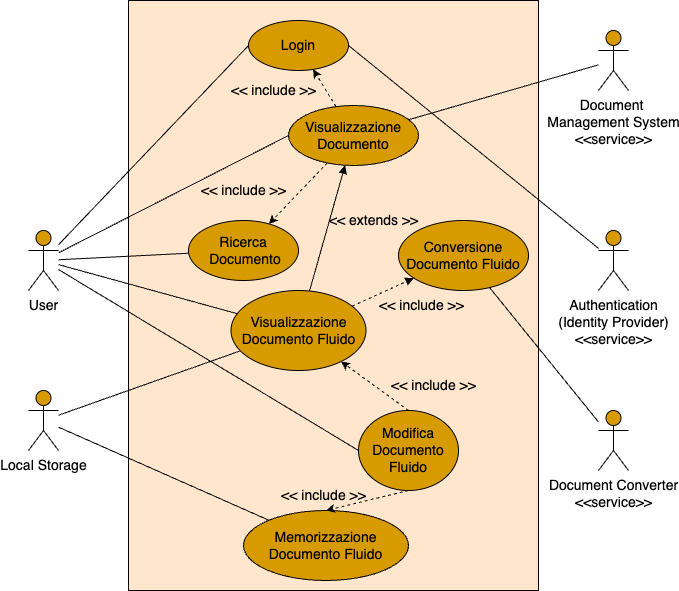
Earlier version of the draw.io export img/tesi-1-Use-case.drawio.png (paganellif/tesi-paganelli). Source tidied: cells renumbered, new cells last; positions are measured from the earlier drawing's top-left corner, leaving out a move shared by most shapes.
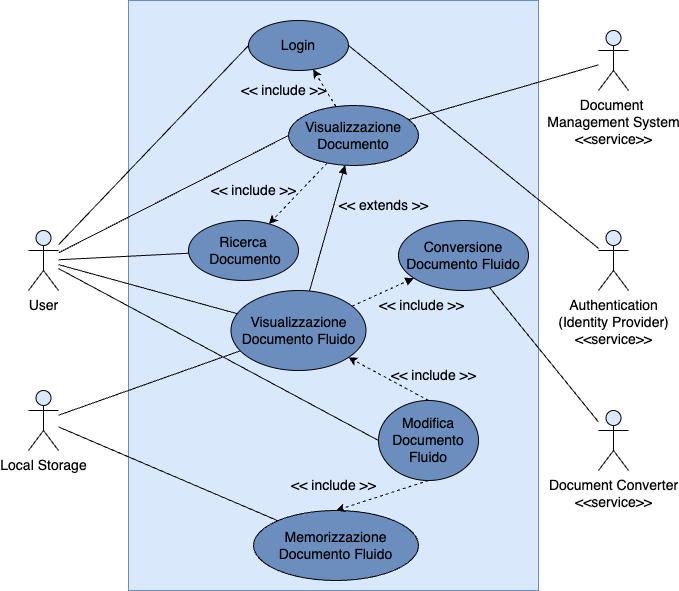
The same diagram one commit later.

Change to the diagram source:
```diff
@@ -2,110 +2,110 @@
   <root>
     <mxCell id="0" />
     <mxCell id="1" parent="0" />
-    <mxCell id="2" style="rounded=0;whiteSpace=wrap;html=1;fillColor=#ffe6cc;strokeColor=#000000;fontSize=14;" parent="1" vertex="1">
+    <mxCell id="2" style="rounded=0;whiteSpace=wrap;html=1;fillColor=#dae8fc;strokeColor=#6c8ebf;fontSize=14;" parent="1" vertex="1">
       <mxGeometry x="100" width="410" height="590" as="geometry" />
     </mxCell>
-    <mxCell id="3" style="rounded=0;jettySize=auto;html=1;entryX=0;entryY=0.5;entryDx=0;entryDy=0;endArrow=none;endFill=0;fontSize=14;" parent="1" edge="1" source="6" target="8">
+    <mxCell id="3" style="rounded=0;jettySize=auto;html=1;entryX=0;entryY=0.5;entryDx=0;entryDy=0;endArrow=none;endFill=0;fontSize=14;fillColor=#dae8fc;strokeColor=#000000;" parent="1" edge="1" source="6" target="8">
       <mxGeometry relative="1" as="geometry" />
     </mxCell>
-    <mxCell id="4" style="edgeStyle=none;rounded=0;jettySize=auto;html=1;endArrow=none;endFill=0;fontSize=14;" parent="1" edge="1" source="6" target="10">
+    <mxCell id="4" style="edgeStyle=none;rounded=0;jettySize=auto;html=1;endArrow=none;endFill=0;fontSize=14;fillColor=#dae8fc;strokeColor=#000000;" parent="1" edge="1" source="6" target="10">
       <mxGeometry relative="1" as="geometry" />
     </mxCell>
-    <mxCell id="5" style="edgeStyle=none;rounded=0;jettySize=auto;html=1;endArrow=none;endFill=0;entryX=0;entryY=0.5;entryDx=0;entryDy=0;fontSize=14;" parent="1" edge="1" source="6" target="16">
+    <mxCell id="5" style="edgeStyle=none;rounded=0;jettySize=auto;html=1;endArrow=none;endFill=0;entryX=0;entryY=0.5;entryDx=0;entryDy=0;fontSize=14;fillColor=#dae8fc;strokeColor=#000000;" parent="1" edge="1" source="6" target="16">
       <mxGeometry relative="1" as="geometry" />
     </mxCell>
-    <mxCell id="6" value="User" style="shape=umlActor;verticalLabelPosition=bottom;verticalAlign=top;html=1;outlineConnect=0;fillColor=#D79B00;fontSize=14;" parent="1" vertex="1">
+    <mxCell id="6" value="User" style="shape=umlActor;verticalLabelPosition=bottom;verticalAlign=top;html=1;outlineConnect=0;fillColor=#dae8fc;fontSize=14;strokeColor=#000000;" parent="1" vertex="1">
       <mxGeometry y="230" width="30" height="60" as="geometry" />
     </mxCell>
-    <mxCell id="7" style="edgeStyle=none;rounded=0;jettySize=auto;html=1;endArrow=none;endFill=0;exitX=1;exitY=0.5;exitDx=0;exitDy=0;fontSize=14;" parent="1" edge="1" source="8" target="9">
+    <mxCell id="7" style="edgeStyle=none;rounded=0;jettySize=auto;html=1;endArrow=none;endFill=0;exitX=1;exitY=0.5;exitDx=0;exitDy=0;fontSize=14;fillColor=#dae8fc;strokeColor=#000000;" parent="1" edge="1" source="8" target="9">
       <mxGeometry relative="1" as="geometry" />
     </mxCell>
-    <mxCell id="8" value="Login" style="ellipse;whiteSpace=wrap;html=1;fillColor=#D79B00;strokeColor=#000000;fontSize=14;" parent="1" vertex="1">
+    <mxCell id="8" value="Login" style="ellipse;whiteSpace=wrap;html=1;fillColor=#6C8EBF;strokeColor=#000000;fontSize=14;" parent="1" vertex="1">
       <mxGeometry x="220" y="20" width="100" height="50" as="geometry" />
     </mxCell>
-    <mxCell id="9" value="Authentication&lt;br style=&quot;font-size: 14px;&quot;&gt;(Identity Provider)&lt;br style=&quot;font-size: 14px;&quot;&gt;&amp;lt;&amp;lt;service&amp;gt;&amp;gt;" style="shape=umlActor;verticalLabelPosition=bottom;verticalAlign=top;html=1;outlineConnect=0;fillColor=#D79B00;fontSize=14;" parent="1" vertex="1">
+    <mxCell id="9" value="Authentication&lt;br style=&quot;font-size: 14px;&quot;&gt;(Identity Provider)&lt;br style=&quot;font-size: 14px;&quot;&gt;&amp;lt;&amp;lt;service&amp;gt;&amp;gt;" style="shape=umlActor;verticalLabelPosition=bottom;verticalAlign=top;html=1;outlineConnect=0;fillColor=#dae8fc;fontSize=14;strokeColor=#000000;" parent="1" vertex="1">
       <mxGeometry x="570" y="230" width="30" height="60" as="geometry" />
     </mxCell>
-    <mxCell id="10" value="Ricerca&lt;br style=&quot;font-size: 14px;&quot;&gt;&amp;nbsp;Documento" style="ellipse;whiteSpace=wrap;html=1;fillColor=#D79B00;strokeColor=#000000;fontSize=14;" parent="1" vertex="1">
+    <mxCell id="10" value="Ricerca&lt;br style=&quot;font-size: 14px;&quot;&gt;&amp;nbsp;Documento" style="ellipse;whiteSpace=wrap;html=1;fillColor=#6C8EBF;strokeColor=#000000;fontSize=14;" parent="1" vertex="1">
       <mxGeometry x="160" y="220" width="110" height="60" as="geometry" />
     </mxCell>
-    <mxCell id="11" style="edgeStyle=none;rounded=0;jettySize=auto;html=1;endArrow=classic;endFill=1;dashed=1;fillColor=#ffe6cc;strokeColor=#000000;fontSize=14;" parent="1" edge="1" source="14" target="10">
+    <mxCell id="11" style="edgeStyle=none;rounded=0;jettySize=auto;html=1;endArrow=classic;endFill=1;dashed=1;fillColor=#dae8fc;strokeColor=#000000;fontSize=14;" parent="1" edge="1" source="14" target="10">
       <mxGeometry relative="1" as="geometry" />
     </mxCell>
-    <mxCell id="12" style="edgeStyle=none;rounded=0;jettySize=auto;html=1;startArrow=none;startFill=0;endArrow=none;endFill=0;fontSize=14;" parent="1" edge="1" source="14" target="34">
+    <mxCell id="12" style="edgeStyle=none;rounded=0;jettySize=auto;html=1;startArrow=none;startFill=0;endArrow=none;endFill=0;fontSize=14;fillColor=#dae8fc;strokeColor=#000000;" parent="1" edge="1" source="14" target="34">
       <mxGeometry relative="1" as="geometry" />
     </mxCell>
-    <mxCell id="13" style="rounded=0;jettySize=auto;html=1;dashed=1;fillColor=#ffe6cc;strokeColor=#000000;fontSize=14;" parent="1" edge="1" source="14" target="8">
+    <mxCell id="13" style="rounded=0;jettySize=auto;html=1;dashed=1;fillColor=#dae8fc;strokeColor=#000000;fontSize=14;" parent="1" edge="1" source="14" target="8">
       <mxGeometry relative="1" as="geometry" />
     </mxCell>
-    <mxCell id="14" value="Visualizzazione Documento" style="ellipse;whiteSpace=wrap;html=1;fillColor=#D79B00;strokeColor=#000000;fontSize=14;" parent="1" vertex="1">
+    <mxCell id="14" value="Visualizzazione Documento" style="ellipse;whiteSpace=wrap;html=1;fillColor=#6C8EBF;strokeColor=#000000;fontSize=14;" parent="1" vertex="1">
       <mxGeometry x="260" y="105" width="130" height="60" as="geometry" />
     </mxCell>
     <mxCell id="15" value="&amp;lt;&amp;lt; include &amp;gt;&amp;gt;" style="text;html=1;align=center;verticalAlign=middle;strokeColor=none;fillColor=none;fontSize=14;" parent="1" vertex="1">
-      <mxGeometry x="160" y="175" width="110" height="30" as="geometry" />
+      <mxGeometry x="170" y="175" width="110" height="30" as="geometry" />
     </mxCell>
-    <mxCell id="16" value="Modifica Documento Fluido" style="ellipse;whiteSpace=wrap;html=1;fillColor=#D79B00;strokeColor=#000000;fontSize=14;" parent="1" vertex="1">
-      <mxGeometry x="330" y="410" width="100" height="80" as="geometry" />
+    <mxCell id="16" value="Modifica Documento Fluido" style="ellipse;whiteSpace=wrap;html=1;fillColor=#6C8EBF;strokeColor=#000000;fontSize=14;" parent="1" vertex="1">
+      <mxGeometry x="350" y="400" width="100" height="80" as="geometry" />
     </mxCell>
-    <mxCell id="17" style="edgeStyle=none;rounded=0;jettySize=auto;html=1;endArrow=classic;endFill=1;dashed=1;exitX=0.5;exitY=0;exitDx=0;exitDy=0;fillColor=#ffe6cc;strokeColor=#000000;fontSize=14;" parent="1" edge="1" source="16" target="26">
+    <mxCell id="17" style="edgeStyle=none;rounded=0;jettySize=auto;html=1;endArrow=classic;endFill=1;dashed=1;exitX=0.5;exitY=0;exitDx=0;exitDy=0;fillColor=#dae8fc;strokeColor=#000000;fontSize=14;" parent="1" edge="1" source="16" target="26">
       <mxGeometry relative="1" as="geometry" />
     </mxCell>
     <mxCell id="18" value="&amp;lt;&amp;lt; include &amp;gt;&amp;gt;" style="text;html=1;align=center;verticalAlign=middle;strokeColor=none;fillColor=none;fontSize=14;" parent="1" vertex="1">
-      <mxGeometry x="350" y="370" width="110" height="30" as="geometry" />
+      <mxGeometry x="350" y="360" width="110" height="30" as="geometry" />
     </mxCell>
-    <mxCell id="19" style="rounded=0;jettySize=auto;html=1;endArrow=none;endFill=0;fontSize=14;" parent="1" edge="1" source="20" target="35">
+    <mxCell id="19" style="rounded=0;jettySize=auto;html=1;endArrow=none;endFill=0;fontSize=14;fillColor=#dae8fc;strokeColor=#000000;" parent="1" edge="1" source="20" target="35">
       <mxGeometry relative="1" as="geometry" />
     </mxCell>
-    <mxCell id="20" value="Memorizzazione Documento Fluido" style="ellipse;whiteSpace=wrap;html=1;fillColor=#D79B00;strokeColor=#000000;fontSize=14;" parent="1" vertex="1">
-      <mxGeometry x="215" y="510" width="165" height="70" as="geometry" />
+    <mxCell id="20" value="Memorizzazione Documento Fluido" style="ellipse;whiteSpace=wrap;html=1;fillColor=#6C8EBF;strokeColor=#000000;fontSize=14;" parent="1" vertex="1">
+      <mxGeometry x="225" y="510" width="165" height="70" as="geometry" />
     </mxCell>
     <mxCell id="21" value="&amp;lt;&amp;lt; include &amp;gt;&amp;gt;" style="text;html=1;align=center;verticalAlign=middle;strokeColor=none;fillColor=none;fontSize=14;" parent="1" vertex="1">
-      <mxGeometry x="240" y="480" width="110" height="30" as="geometry" />
+      <mxGeometry x="250" y="470" width="110" height="30" as="geometry" />
     </mxCell>
-    <mxCell id="22" style="edgeStyle=none;rounded=0;jettySize=auto;html=1;endArrow=classic;endFill=1;dashed=1;entryX=0.5;entryY=0;entryDx=0;entryDy=0;exitX=0.5;exitY=1;exitDx=0;exitDy=0;fillColor=#ffe6cc;strokeColor=#000000;fontSize=14;" parent="1" edge="1" source="16" target="20">
+    <mxCell id="22" style="edgeStyle=none;rounded=0;jettySize=auto;html=1;endArrow=classic;endFill=1;dashed=1;entryX=0.5;entryY=0;entryDx=0;entryDy=0;exitX=0.5;exitY=1;exitDx=0;exitDy=0;fillColor=#dae8fc;strokeColor=#000000;fontSize=14;" parent="1" edge="1" source="16" target="20">
       <mxGeometry relative="1" as="geometry" />
     </mxCell>
-    <mxCell id="23" style="edgeStyle=none;rounded=0;jettySize=auto;html=1;endArrow=block;endFill=1;startArrow=none;startFill=0;fillColor=#ffe6cc;strokeColor=#000000;fontSize=14;" parent="1" edge="1" source="26" target="14">
+    <mxCell id="23" style="edgeStyle=none;rounded=0;jettySize=auto;html=1;endArrow=block;endFill=1;startArrow=none;startFill=0;fillColor=#dae8fc;strokeColor=#000000;fontSize=14;" parent="1" edge="1" source="26" target="14">
       <mxGeometry relative="1" as="geometry" />
     </mxCell>
-    <mxCell id="24" style="edgeStyle=none;rounded=0;jettySize=auto;html=1;startArrow=none;startFill=0;endArrow=block;endFill=1;dashed=1;fillColor=#ffe6cc;strokeColor=#000000;fontSize=14;" parent="1" edge="1" source="26" target="31">
+    <mxCell id="24" style="edgeStyle=none;rounded=0;jettySize=auto;html=1;startArrow=none;startFill=0;endArrow=block;endFill=1;dashed=1;fillColor=#dae8fc;strokeColor=#000000;fontSize=14;" parent="1" edge="1" source="26" target="31">
       <mxGeometry relative="1" as="geometry" />
     </mxCell>
-    <mxCell id="25" style="edgeStyle=none;rounded=0;jettySize=auto;html=1;endArrow=none;endFill=0;fontSize=14;" parent="1" edge="1" source="26" target="35">
+    <mxCell id="25" style="edgeStyle=none;rounded=0;jettySize=auto;html=1;endArrow=none;endFill=0;fontSize=14;fillColor=#dae8fc;strokeColor=#000000;" parent="1" edge="1" source="26" target="35">
       <mxGeometry relative="1" as="geometry" />
     </mxCell>
-    <mxCell id="26" value="Visualizzazione Documento Fluido" style="ellipse;whiteSpace=wrap;html=1;fillColor=#D79B00;strokeColor=#000000;fontSize=14;" parent="1" vertex="1">
+    <mxCell id="26" value="Visualizzazione Documento Fluido" style="ellipse;whiteSpace=wrap;html=1;fillColor=#6C8EBF;strokeColor=#000000;fontSize=14;" parent="1" vertex="1">
       <mxGeometry x="202.5" y="290" width="135" height="80" as="geometry" />
     </mxCell>
     <mxCell id="27" value="&amp;lt;&amp;lt; extends &amp;gt;&amp;gt;" style="text;html=1;align=center;verticalAlign=middle;strokeColor=none;fillColor=none;fontSize=14;" parent="1" vertex="1">
-      <mxGeometry x="290" y="205" width="110" height="30" as="geometry" />
+      <mxGeometry x="300" y="190" width="110" height="30" as="geometry" />
     </mxCell>
-    <mxCell id="28" style="edgeStyle=none;rounded=0;jettySize=auto;html=1;endArrow=none;endFill=0;entryX=0;entryY=0.5;entryDx=0;entryDy=0;fontSize=14;" parent="1" edge="1" source="6" target="14">
+    <mxCell id="28" style="edgeStyle=none;rounded=0;jettySize=auto;html=1;endArrow=none;endFill=0;entryX=0;entryY=0.5;entryDx=0;entryDy=0;fontSize=14;fillColor=#dae8fc;strokeColor=#000000;" parent="1" edge="1" source="6" target="14">
       <mxGeometry relative="1" as="geometry" />
     </mxCell>
-    <mxCell id="29" style="edgeStyle=none;rounded=0;jettySize=auto;html=1;endArrow=none;endFill=0;fontSize=14;" parent="1" edge="1" source="6" target="26">
+    <mxCell id="29" style="edgeStyle=none;rounded=0;jettySize=auto;html=1;endArrow=none;endFill=0;fontSize=14;fillColor=#dae8fc;strokeColor=#000000;" parent="1" edge="1" source="6" target="26">
       <mxGeometry relative="1" as="geometry" />
     </mxCell>
-    <mxCell id="30" style="edgeStyle=none;rounded=0;jettySize=auto;html=1;startArrow=none;startFill=0;endArrow=none;endFill=0;fontSize=14;" parent="1" edge="1" source="31" target="33">
+    <mxCell id="30" style="edgeStyle=none;rounded=0;jettySize=auto;html=1;startArrow=none;startFill=0;endArrow=none;endFill=0;fontSize=14;fillColor=#dae8fc;strokeColor=#000000;" parent="1" edge="1" source="31" target="33">
       <mxGeometry relative="1" as="geometry" />
     </mxCell>
-    <mxCell id="31" value="Conversione Documento Fluido" style="ellipse;whiteSpace=wrap;html=1;fillColor=#D79B00;strokeColor=#000000;fontSize=14;" parent="1" vertex="1">
+    <mxCell id="31" value="Conversione Documento Fluido" style="ellipse;whiteSpace=wrap;html=1;fillColor=#6C8EBF;strokeColor=#000000;fontSize=14;" parent="1" vertex="1">
       <mxGeometry x="370" y="220" width="130" height="70" as="geometry" />
     </mxCell>
     <mxCell id="32" value="&amp;lt;&amp;lt; include &amp;gt;&amp;gt;" style="text;html=1;align=center;verticalAlign=middle;strokeColor=none;fillColor=none;fontSize=14;" parent="1" vertex="1">
       <mxGeometry x="337.5" y="290" width="110" height="30" as="geometry" />
     </mxCell>
-    <mxCell id="33" value="Document Converter&lt;br style=&quot;font-size: 14px;&quot;&gt;&amp;lt;&amp;lt;service&amp;gt;&amp;gt;" style="shape=umlActor;verticalLabelPosition=bottom;verticalAlign=top;html=1;outlineConnect=0;fillColor=#D79B00;fontSize=14;" parent="1" vertex="1">
+    <mxCell id="33" value="Document Converter&lt;br style=&quot;font-size: 14px;&quot;&gt;&amp;lt;&amp;lt;service&amp;gt;&amp;gt;" style="shape=umlActor;verticalLabelPosition=bottom;verticalAlign=top;html=1;outlineConnect=0;fillColor=#dae8fc;fontSize=14;strokeColor=#000000;" parent="1" vertex="1">
       <mxGeometry x="570" y="410" width="30" height="60" as="geometry" />
     </mxCell>
-    <mxCell id="34" value="Document &lt;br style=&quot;font-size: 14px;&quot;&gt;Management System&lt;br style=&quot;font-size: 14px;&quot;&gt;&amp;lt;&amp;lt;service&amp;gt;&amp;gt;" style="shape=umlActor;verticalLabelPosition=bottom;verticalAlign=top;html=1;outlineConnect=0;fillColor=#D79B00;fontSize=14;" parent="1" vertex="1">
+    <mxCell id="34" value="Document &lt;br style=&quot;font-size: 14px;&quot;&gt;Management System&lt;br style=&quot;font-size: 14px;&quot;&gt;&amp;lt;&amp;lt;service&amp;gt;&amp;gt;" style="shape=umlActor;verticalLabelPosition=bottom;verticalAlign=top;html=1;outlineConnect=0;fillColor=#dae8fc;fontSize=14;strokeColor=#000000;" parent="1" vertex="1">
       <mxGeometry x="570" y="30" width="30" height="60" as="geometry" />
     </mxCell>
-    <mxCell id="35" value="Local Storage" style="shape=umlActor;verticalLabelPosition=bottom;verticalAlign=top;html=1;outlineConnect=0;fillColor=#D79B00;fontSize=14;" parent="1" vertex="1">
+    <mxCell id="35" value="Local Storage" style="shape=umlActor;verticalLabelPosition=bottom;verticalAlign=top;html=1;outlineConnect=0;fillColor=#dae8fc;fontSize=14;strokeColor=#000000;" parent="1" vertex="1">
       <mxGeometry y="390" width="30" height="60" as="geometry" />
     </mxCell>
     <mxCell id="36" value="&amp;lt;&amp;lt; include &amp;gt;&amp;gt;" style="text;html=1;align=center;verticalAlign=middle;strokeColor=none;fillColor=none;fontSize=14;" parent="1" vertex="1">
-      <mxGeometry x="190" y="75" width="110" height="30" as="geometry" />
+      <mxGeometry x="200" y="75" width="110" height="30" as="geometry" />
     </mxCell>
   </root>
 </mxGraphModel>
```
